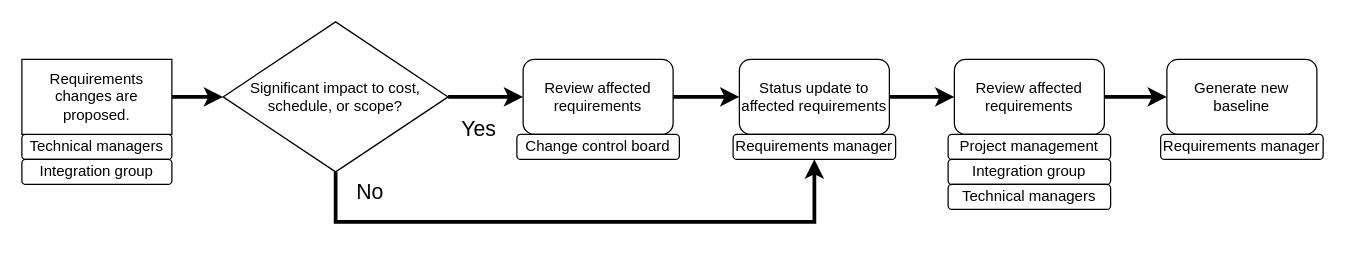
awattsFNAL/Drawings keeps this draw.io diagram as change_control.drawio. Above is the earlier version. Source tidied: cells renumbered, new cells numbered last; positions are measured from the earlier drawing's top-left corner, leaving out a move shared by most shapes. Both pictures are drawn from the tidied source at 125%, with x=0, y=0 at pixel (21, 21).
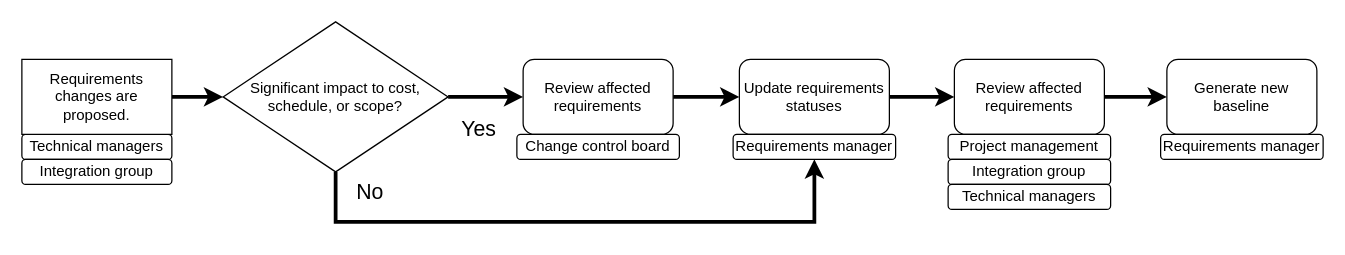
The same diagram, later.

The change refers to these unchanged cells:
```xml
<mxCell id="2" style="group;" parent="1" vertex="1">
  <mxGeometry x="569" y="30" width="130" height="80" as="geometry" />
</mxCell>
```

The edit, as a diff of the source:
```diff
@@
-    <mxCell id="3" value="Status update to affected requirements" style="rounded=1;whiteSpace=wrap;html=1;" parent="2" vertex="1">
+    <mxCell id="3" value="Update requirements statuses" style="rounded=1;whiteSpace=wrap;html=1;" parent="2" vertex="1">
       <mxGeometry x="5" width="120" height="60" as="geometry" />
     </mxCell>
```
